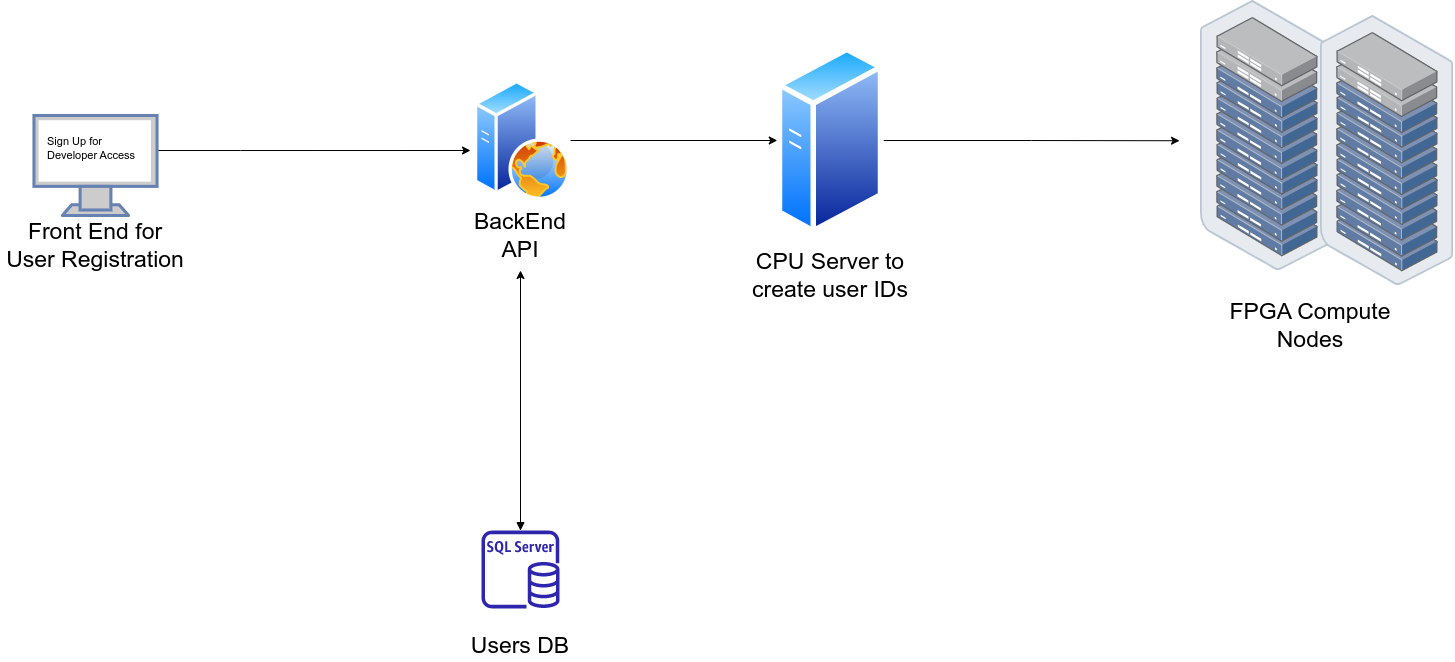
Before: Intel DevCloud Flow.drawio.png, a diagram exported from draw.io (belanasaikiran/FlowCharts). Source tidied: cells renumbered, new cells last; positions are measured from the earlier drawing's top-left corner, leaving out a move shared by most shapes. Its diagram source:
```xml
<mxGraphModel>
  <root>
    <mxCell id="0" />
    <mxCell id="1" parent="0" />
    <mxCell id="2" style="edgeStyle=orthogonalEdgeStyle;rounded=0;jettySize=auto;html=1;fontSize=23;" parent="1" edge="1" source="3">
      <mxGeometry relative="1" as="geometry">
        <mxPoint x="470" y="150" as="targetPoint" />
        <Array as="points">
          <mxPoint x="240" y="150" />
          <mxPoint x="240" y="150" />
        </Array>
      </mxGeometry>
    </mxCell>
    <mxCell id="3" style="fontColor=#0066CC;verticalAlign=top;verticalLabelPosition=bottom;labelPosition=center;align=center;html=1;outlineConnect=0;fillColor=#CCCCCC;strokeColor=#6881B3;gradientColor=none;gradientDirection=north;strokeWidth=2;shape=mxgraph.networks.monitor;fontSize=23;" parent="1" vertex="1">
      <mxGeometry x="33.5" y="115" width="123.1" height="100" as="geometry" />
    </mxCell>
    <mxCell id="4" value="Front End for User Registration" style="text;html=1;strokeColor=none;fillColor=none;align=center;verticalAlign=middle;whiteSpace=wrap;rounded=0;fontSize=23;" parent="1" vertex="1">
      <mxGeometry y="230" width="190" height="30" as="geometry" />
    </mxCell>
    <mxCell id="5" style="group;" parent="1" vertex="1">
      <mxGeometry x="740" y="70" width="180" height="200" as="geometry" />
    </mxCell>
    <mxCell id="6" value="CPU Server to create user IDs" style="text;html=1;strokeColor=none;fillColor=none;align=center;verticalAlign=middle;whiteSpace=wrap;rounded=0;fontSize=23;" parent="5" vertex="1">
      <mxGeometry y="190" width="180" height="30" as="geometry" />
    </mxCell>
    <mxCell id="7" style="perimeter=ellipsePerimeter;html=1;align=center;shadow=0;dashed=0;spacingTop=3;image;image=img/lib/active_directory/generic_server.svg;fontSize=23;" parent="5" vertex="1">
      <mxGeometry x="36.8" y="-25" width="106.4" height="190" as="geometry" />
    </mxCell>
    <mxCell id="8" style="edgeStyle=orthogonalEdgeStyle;rounded=0;jettySize=auto;html=1;entryX=0;entryY=0.5;entryDx=0;entryDy=0;fontSize=23;" parent="1" edge="1" source="17" target="7">
      <mxGeometry relative="1" as="geometry" />
    </mxCell>
    <mxCell id="9" style="edgeStyle=orthogonalEdgeStyle;rounded=0;jettySize=auto;html=1;fontSize=23;startArrow=block;startFill=1;" parent="1" edge="1" source="14">
      <mxGeometry relative="1" as="geometry">
        <mxPoint x="520" y="270" as="targetPoint" />
      </mxGeometry>
    </mxCell>
    <mxCell id="10" value="FPGA Compute Nodes" style="text;html=1;strokeColor=none;fillColor=none;align=center;verticalAlign=middle;whiteSpace=wrap;rounded=0;fontSize=23;" parent="1" vertex="1">
      <mxGeometry x="1220" y="310" width="180" height="30" as="geometry" />
    </mxCell>
    <mxCell id="11" style="edgeStyle=orthogonalEdgeStyle;rounded=0;jettySize=auto;html=1;entryX=-0.011;entryY=0.498;entryDx=0;entryDy=0;entryPerimeter=0;fontSize=23;" parent="1" edge="1" source="7">
      <mxGeometry relative="1" as="geometry">
        <mxPoint x="1179" y="140.2" as="targetPoint" />
      </mxGeometry>
    </mxCell>
    <mxCell id="12" style="group;" parent="1" vertex="1">
      <mxGeometry x="430" y="530" width="180" height="130" as="geometry" />
    </mxCell>
    <mxCell id="13" value="Users DB" style="text;html=1;strokeColor=none;fillColor=none;align=center;verticalAlign=middle;whiteSpace=wrap;rounded=0;fontSize=23;" parent="12" vertex="1">
      <mxGeometry y="100" width="180" height="30" as="geometry" />
    </mxCell>
    <mxCell id="14" style="sketch=0;outlineConnect=0;fontColor=#232F3E;gradientColor=none;fillColor=#2E27AD;strokeColor=none;dashed=0;verticalLabelPosition=bottom;verticalAlign=top;align=center;html=1;fontSize=12;fontStyle=0;shape=mxgraph.aws4.rds_sql_server_instance;" parent="12" vertex="1">
      <mxGeometry x="51" width="78" height="78" as="geometry" />
    </mxCell>
    <mxCell id="15" style="group;" parent="1" vertex="1">
      <mxGeometry x="460" y="80" width="120" height="170" as="geometry" />
    </mxCell>
    <mxCell id="16" value="BackEnd API" style="text;html=1;strokeColor=none;fillColor=none;align=center;verticalAlign=middle;whiteSpace=wrap;rounded=0;fontSize=23;" parent="15" vertex="1">
      <mxGeometry y="140" width="120" height="30" as="geometry" />
    </mxCell>
    <mxCell id="17" style="perimeter=ellipsePerimeter;html=1;align=center;shadow=0;dashed=0;spacingTop=3;image;image=img/lib/active_directory/web_server.svg;fontSize=23;" parent="15" vertex="1">
      <mxGeometry x="14" width="96" height="120" as="geometry" />
    </mxCell>
    <mxCell id="18" value="Sign Up for Developer Access" style="text;html=1;strokeColor=none;fillColor=none;align=left;verticalAlign=middle;rounded=0;fontSize=11;spacing=2;spacingTop=0;whiteSpace=wrap;labelBorderColor=none;labelBackgroundColor=none;fontColor=default;" parent="1" vertex="1">
      <mxGeometry x="45" y="115" width="100" height="65" as="geometry" />
    </mxCell>
    <mxCell id="19" style="points=[];html=1;align=center;shadow=0;dashed=0;image;image=img/lib/allied_telesis/storage/Datacenter_Server_Rack_ToR.svg;fontSize=11;" parent="1" vertex="1">
      <mxGeometry x="1200" width="133.2" height="270" as="geometry" />
    </mxCell>
    <mxCell id="20" style="html=1;align=center;shadow=0;dashed=0;image;image=img/lib/allied_telesis/storage/Datacenter_Server_Rack_ToR.svg;fontSize=11;" parent="1" vertex="1">
      <mxGeometry x="1320" y="15" width="133.2" height="270" as="geometry" />
    </mxCell>
  </root>
</mxGraphModel>
```
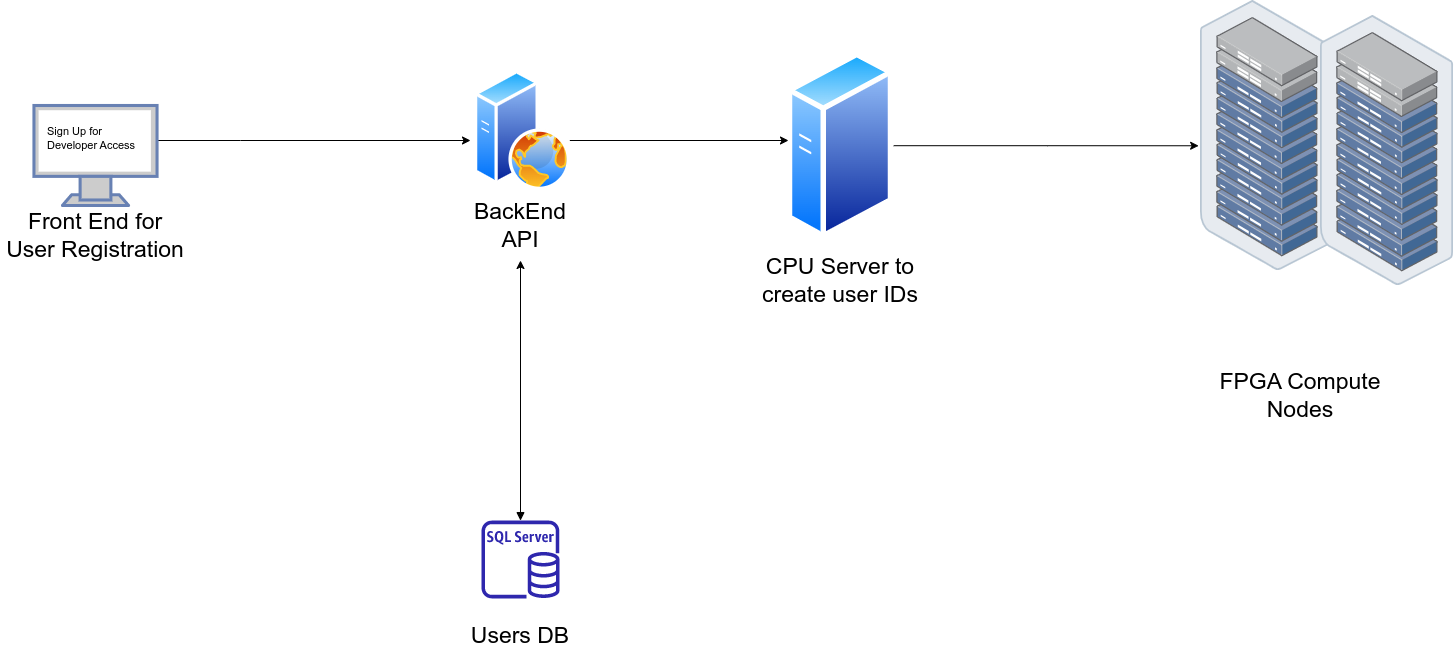
The same file after the commit.

Change to the diagram source:
```diff
@@ -18,7 +18,7 @@
       <mxGeometry y="230" width="190" height="30" as="geometry" />
     </mxCell>
     <mxCell id="5" style="group;" parent="1" vertex="1">
-      <mxGeometry x="740" y="70" width="180" height="200" as="geometry" />
+      <mxGeometry x="750" y="85" width="180" height="200" as="geometry" />
     </mxCell>
     <mxCell id="6" value="CPU Server to create user IDs" style="text;html=1;strokeColor=none;fillColor=none;align=center;verticalAlign=middle;whiteSpace=wrap;rounded=0;fontSize=23;" parent="5" vertex="1">
       <mxGeometry y="190" width="180" height="30" as="geometry" />
@@ -26,8 +26,13 @@
     <mxCell id="7" style="perimeter=ellipsePerimeter;html=1;align=center;shadow=0;dashed=0;spacingTop=3;image;image=img/lib/active_directory/generic_server.svg;fontSize=23;" parent="5" vertex="1">
       <mxGeometry x="36.8" y="-25" width="106.4" height="190" as="geometry" />
     </mxCell>
-    <mxCell id="8" style="edgeStyle=orthogonalEdgeStyle;rounded=0;jettySize=auto;html=1;entryX=0;entryY=0.5;entryDx=0;entryDy=0;fontSize=23;" parent="1" edge="1" source="17" target="7">
-      <mxGeometry relative="1" as="geometry" />
+    <mxCell id="8" style="edgeStyle=orthogonalEdgeStyle;rounded=0;jettySize=auto;html=1;fontSize=23;" parent="1" edge="1" source="17">
+      <mxGeometry relative="1" as="geometry">
+        <mxPoint x="790" y="150" as="targetPoint" />
+        <Array as="points">
+          <mxPoint x="788" y="150" />
+        </Array>
+      </mxGeometry>
     </mxCell>
     <mxCell id="9" style="edgeStyle=orthogonalEdgeStyle;rounded=0;jettySize=auto;html=1;fontSize=23;startArrow=block;startFill=1;" parent="1" edge="1" source="14">
       <mxGeometry relative="1" as="geometry">
@@ -35,12 +40,10 @@
       </mxGeometry>
     </mxCell>
     <mxCell id="10" value="FPGA Compute Nodes" style="text;html=1;strokeColor=none;fillColor=none;align=center;verticalAlign=middle;whiteSpace=wrap;rounded=0;fontSize=23;" parent="1" vertex="1">
-      <mxGeometry x="1220" y="310" width="180" height="30" as="geometry" />
+      <mxGeometry x="1210" y="390" width="180" height="30" as="geometry" />
     </mxCell>
-    <mxCell id="11" style="edgeStyle=orthogonalEdgeStyle;rounded=0;jettySize=auto;html=1;entryX=-0.011;entryY=0.498;entryDx=0;entryDy=0;entryPerimeter=0;fontSize=23;" parent="1" edge="1" source="7">
-      <mxGeometry relative="1" as="geometry">
-        <mxPoint x="1179" y="140.2" as="targetPoint" />
-      </mxGeometry>
+    <mxCell id="11" style="edgeStyle=orthogonalEdgeStyle;rounded=0;jettySize=auto;html=1;fontSize=23;entryX=-0.014;entryY=0.538;entryDx=0;entryDy=0;entryPerimeter=0;" parent="1" edge="1" source="7" target="19">
+      <mxGeometry relative="1" as="geometry" />
     </mxCell>
     <mxCell id="12" style="group;" parent="1" vertex="1">
       <mxGeometry x="430" y="530" width="180" height="130" as="geometry" />
@@ -63,11 +66,14 @@
     <mxCell id="18" value="Sign Up for Developer Access" style="text;html=1;strokeColor=none;fillColor=none;align=left;verticalAlign=middle;rounded=0;fontSize=11;spacing=2;spacingTop=0;whiteSpace=wrap;labelBorderColor=none;labelBackgroundColor=none;fontColor=default;" parent="1" vertex="1">
       <mxGeometry x="45" y="115" width="100" height="65" as="geometry" />
     </mxCell>
+    <mxCell id="21" style="group;" parent="1" vertex="1">
+      <mxGeometry x="1200" y="10" width="253.2" height="285" as="geometry" />
+    </mxCell>
-    <mxCell id="19" style="points=[];html=1;align=center;shadow=0;dashed=0;image;image=img/lib/allied_telesis/storage/Datacenter_Server_Rack_ToR.svg;fontSize=11;" parent="1" vertex="1">
-      <mxGeometry x="1200" width="133.2" height="270" as="geometry" />
+    <mxCell id="19" style="points=[];html=1;align=center;shadow=0;dashed=0;image;image=img/lib/allied_telesis/storage/Datacenter_Server_Rack_ToR.svg;fontSize=11;" parent="21" vertex="1">
+      <mxGeometry width="133.2" height="270" as="geometry" />
     </mxCell>
-    <mxCell id="20" style="html=1;align=center;shadow=0;dashed=0;image;image=img/lib/allied_telesis/storage/Datacenter_Server_Rack_ToR.svg;fontSize=11;" parent="1" vertex="1">
-      <mxGeometry x="1320" y="15" width="133.2" height="270" as="geometry" />
+    <mxCell id="20" style="html=1;align=center;shadow=0;dashed=0;image;image=img/lib/allied_telesis/storage/Datacenter_Server_Rack_ToR.svg;fontSize=11;" parent="21" vertex="1">
+      <mxGeometry x="120" y="15" width="133.2" height="270" as="geometry" />
     </mxCell>
   </root>
 </mxGraphModel>
```
